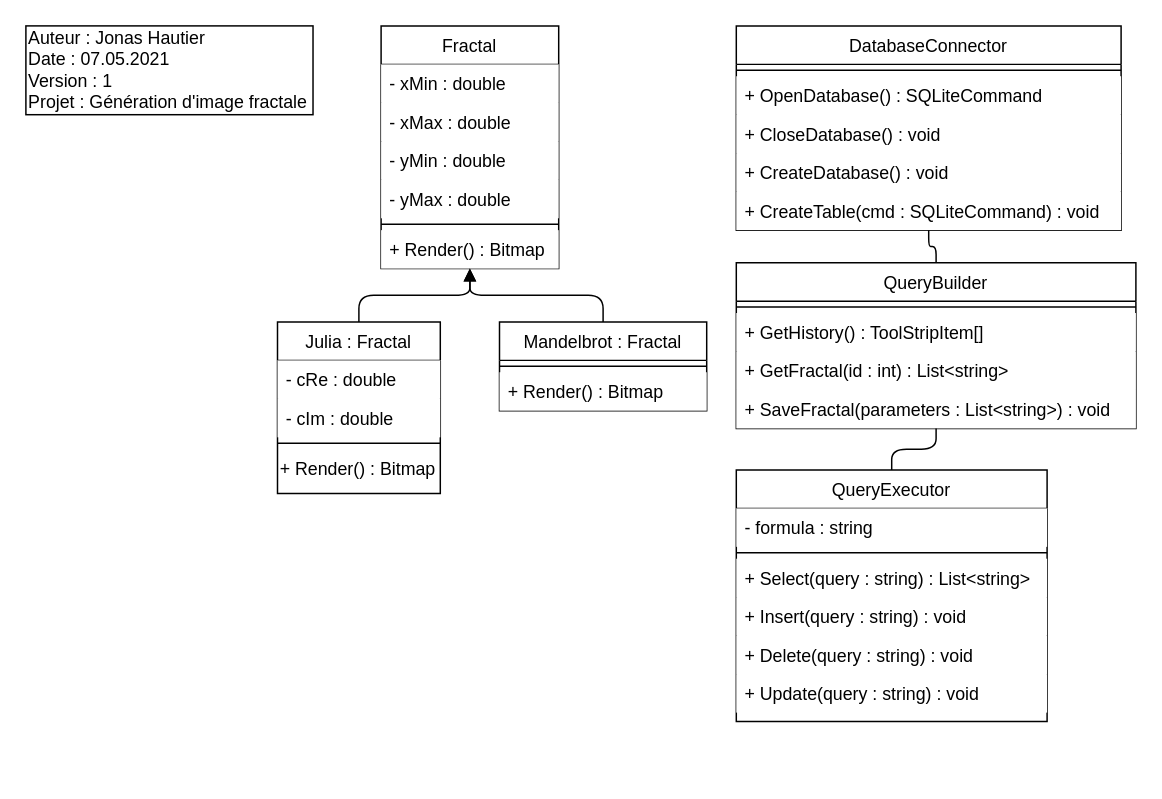
Above: Documentation/ClassDiagram.drawio in JonasHau/TPI-GenerationImageFractale (draw.io), before the change. Source tidied: cells renumbered, new cells numbered last; positions are measured from the earlier drawing's top-left corner, leaving out a move shared by most shapes. Both pictures are drawn from the tidied source at 148%, with x=0, y=0 at pixel (25, 25).
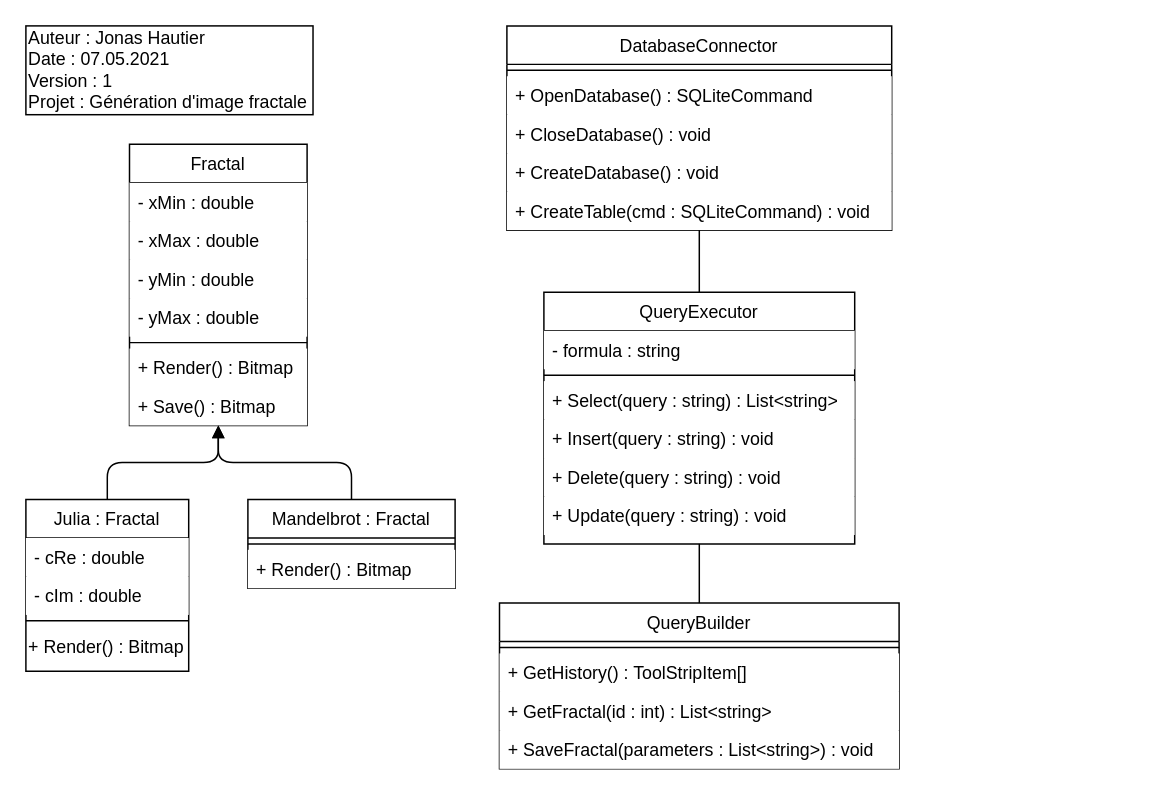
After the change.

Commit message (it also covers changes not shown here):
Diagramme de classes ok

Le diagramme sera refait une fois le code terminé pour qu'il soit totalement correct

The edit, as a diff of the source:
```diff
@@
     <mxCell id="2" value="DatabaseConnector" style="swimlane;fontStyle=0;align=center;verticalAlign=top;horizontal=1;startSize=26;rounded=0;shadow=0;strokeWidth=1;fillColor=#FFFFFF;swimlaneFillColor=#ffffff;" parent="1" vertex="1">
-      <mxGeometry x="480" width="260" height="138" as="geometry" />
+      <mxGeometry x="325" width="260" height="138" as="geometry" />
     </mxCell>
@@
     <mxCell id="8" value="Fractal" style="swimlane;fontStyle=0;align=center;verticalAlign=top;horizontal=1;startSize=26;rounded=0;shadow=0;strokeWidth=1;fillColor=#FFFFFF;swimlaneFillColor=#ffffff;" parent="1" vertex="1">
-      <mxGeometry x="240" width="120" height="164" as="geometry" />
+      <mxGeometry x="70" y="80" width="120" height="190" as="geometry" />
     </mxCell>
@@
+    <mxCell id="40" value="+ Save() : Bitmap" style="text;align=left;verticalAlign=top;spacingLeft=4;spacingRight=4;overflow=hidden;fillColor=#FFFFFF;" parent="8" vertex="1">
+      <mxGeometry y="164" width="120" height="26" as="geometry" />
+    </mxCell>
     <mxCell id="15" value="Julia : Fractal" style="swimlane;fontStyle=0;align=center;verticalAlign=top;horizontal=1;startSize=26;rounded=0;shadow=0;strokeWidth=1;fillColor=#FFFFFF;swimlaneFillColor=#ffffff;" parent="1" vertex="1">
-      <mxGeometry x="170" y="200" width="110" height="116" as="geometry" />
+      <mxGeometry y="320" width="110" height="116" as="geometry" />
     </mxCell>
@@
     <mxCell id="20" value="QueryExecutor" style="swimlane;fontStyle=0;align=center;verticalAlign=top;horizontal=1;startSize=26;rounded=0;shadow=0;strokeWidth=1;fillColor=#FFFFFF;swimlaneFillColor=#ffffff;" parent="1" vertex="1">
-      <mxGeometry x="480" y="300" width="210" height="170" as="geometry" />
+      <mxGeometry x="350" y="180" width="210" height="170" as="geometry" />
     </mxCell>
@@
     <mxCell id="27" value="QueryBuilder" style="swimlane;fontStyle=0;align=center;verticalAlign=top;horizontal=1;startSize=26;rounded=0;shadow=0;strokeWidth=1;fillColor=#FFFFFF;swimlaneFillColor=#ffffff;" parent="1" vertex="1">
-      <mxGeometry x="480" y="160" width="270" height="112" as="geometry" />
+      <mxGeometry x="320" y="390" width="270" height="112" as="geometry" />
     </mxCell>
@@
     <mxCell id="32" value="Mandelbrot : Fractal" style="swimlane;fontStyle=0;align=center;verticalAlign=top;horizontal=1;startSize=26;rounded=0;shadow=0;strokeWidth=1;fillColor=#FFFFFF;swimlaneFillColor=#ffffff;" parent="1" vertex="1">
-      <mxGeometry x="320" y="200" width="140" height="60" as="geometry" />
+      <mxGeometry x="150" y="320" width="140" height="60" as="geometry" />
     </mxCell>
@@
-    <mxCell id="38" style="endArrow=none;endFill=0;html=1;edgeStyle=orthogonalEdgeStyle;align=left;verticalAlign=top;" parent="1" edge="1" source="27" target="2">
-      <mxGeometry x="-1" relative="1" as="geometry" />
-    </mxCell>
-    <mxCell id="39" style="endArrow=none;endFill=0;html=1;edgeStyle=orthogonalEdgeStyle;align=left;verticalAlign=top;" parent="1" edge="1" source="20" target="27">
-      <mxGeometry x="-1" relative="1" as="geometry" />
-    </mxCell>
+    <mxCell id="41" style="endArrow=none;endFill=0;html=1;edgeStyle=orthogonalEdgeStyle;align=left;verticalAlign=top;" parent="1" edge="1" source="20" target="2">
+      <mxGeometry x="-1" relative="1" as="geometry" />
+    </mxCell>
+    <mxCell id="42" style="endArrow=none;endFill=0;html=1;edgeStyle=orthogonalEdgeStyle;align=left;verticalAlign=top;" parent="1" edge="1" source="27" target="20">
+      <mxGeometry x="-1" relative="1" as="geometry" />
+    </mxCell>
```
